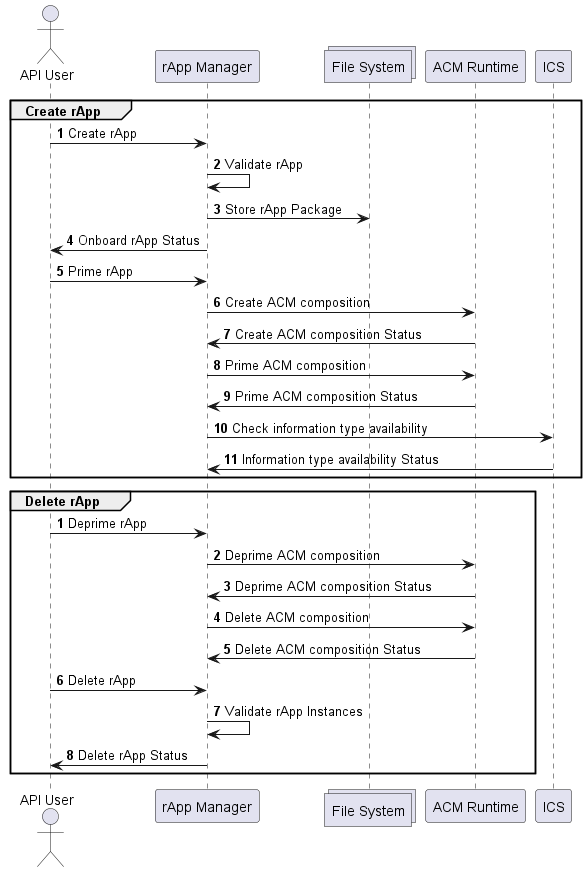
Earlier version of the PlantUML export docs/images/rApp-flow.png (o-ran-sc/nonrtric-plt-rappmanager). The source it was exported from:
```plantuml
@startuml
autonumber

actor "API User"
participant "rApp Manager"
collections "File System"
participant "ACM Runtime"
participant "ICS"

group Create rApp
"API User"->"rApp Manager": Create rApp
"rApp Manager"->"rApp Manager": Validate rApp
"rApp Manager"->"File System": Store rApp Package
"rApp Manager"->"API User": Onboard rApp Status
"API User"->"rApp Manager": Prime rApp
"rApp Manager"->"ACM Runtime": Create ACM composition
"ACM Runtime"->"rApp Manager": Create ACM composition Status
"rApp Manager"->"ACM Runtime": Prime ACM composition
"ACM Runtime"->"rApp Manager": Prime ACM composition Status
"rApp Manager"->"ICS": Check information type availability
"ICS"->"rApp Manager": Information type availability Status
end

autonumber
group Delete rApp
"API User"->"rApp Manager": Deprime rApp
"rApp Manager"->"ACM Runtime": Deprime ACM composition
"ACM Runtime"->"rApp Manager": Deprime ACM composition Status
"rApp Manager"->"ACM Runtime": Delete ACM composition
"ACM Runtime"->"rApp Manager": Delete ACM composition Status
"API User"->"rApp Manager": Delete rApp
"rApp Manager"->"rApp Manager": Validate rApp Instances
"rApp Manager"->"API User": Delete rApp Status

end


@enduml
```
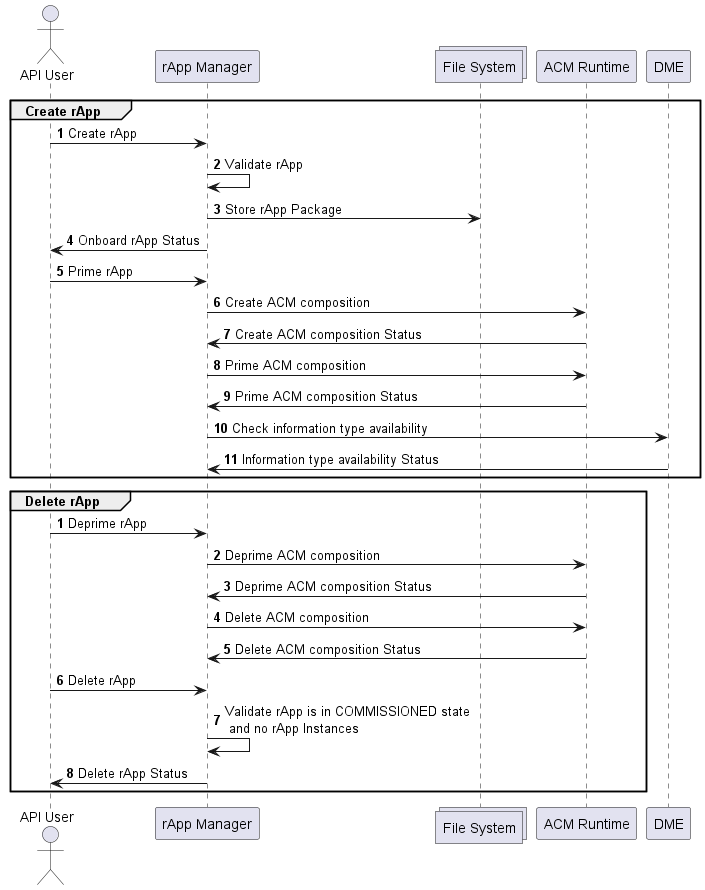
After the change.

Commit message:
Update flow and architecture images

What changed in the source:
```diff
@@ -5,7 +5,7 @@
 participant "rApp Manager"
 collections "File System"
 participant "ACM Runtime"
-participant "ICS"
+participant "DME"
 
 group Create rApp
 "API User"->"rApp Manager": Create rApp
@@ -17,8 +17,8 @@
 "ACM Runtime"->"rApp Manager": Create ACM composition Status
 "rApp Manager"->"ACM Runtime": Prime ACM composition
 "ACM Runtime"->"rApp Manager": Prime ACM composition Status
-"rApp Manager"->"ICS": Check information type availability
-"ICS"->"rApp Manager": Information type availability Status
+"rApp Manager"->"DME": Check information type availability
+"DME"->"rApp Manager": Information type availability Status
 end
 
 autonumber
@@ -29,7 +29,7 @@
 "rApp Manager"->"ACM Runtime": Delete ACM composition
 "ACM Runtime"->"rApp Manager": Delete ACM composition Status
 "API User"->"rApp Manager": Delete rApp
-"rApp Manager"->"rApp Manager": Validate rApp Instances
+"rApp Manager"->"rApp Manager": Validate rApp is in COMMISSIONED state \n and no rApp Instances
 "rApp Manager"->"API User": Delete rApp Status
 
 end
```
